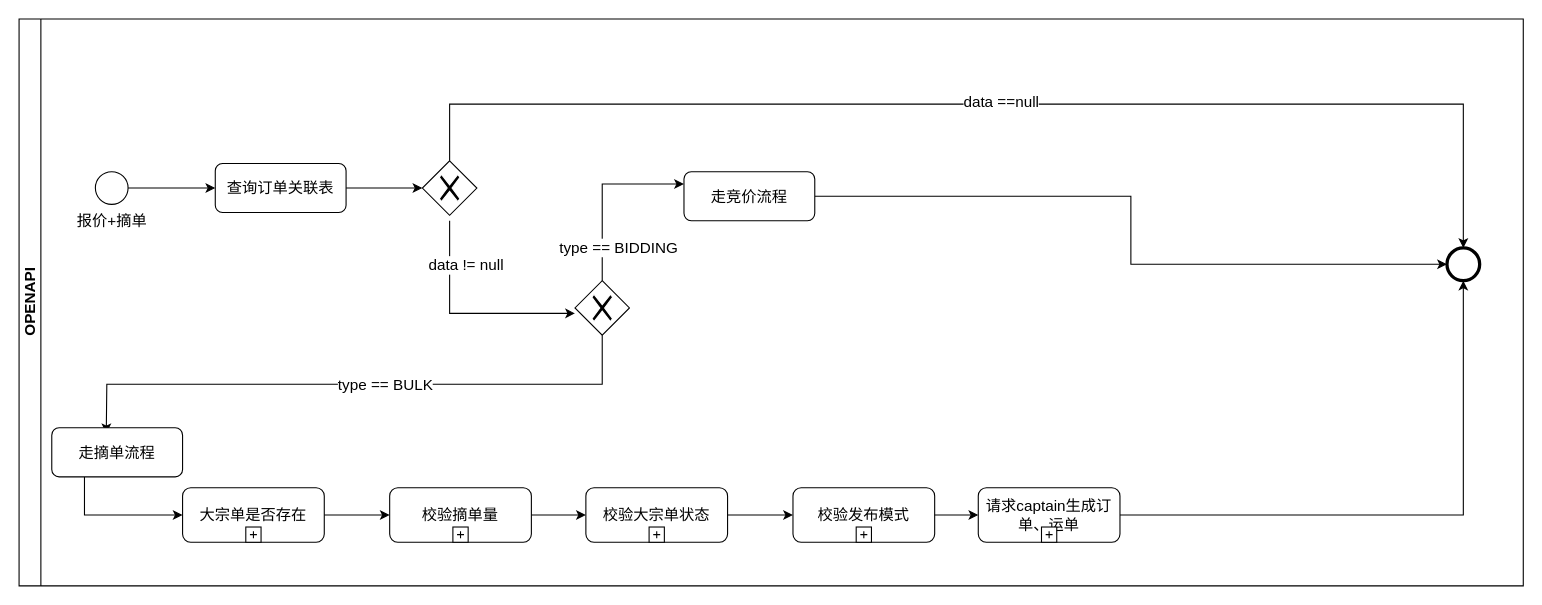
ELL97/gitTest keeps this draw.io diagram as page "Page-2" (2 of 6) of 货源sprint10.drawio. Above is the earlier version. Source tidied: cells renumbered, new cells numbered last; positions are measured from the earlier drawing's top-left corner, leaving out a move shared by most shapes. Both pictures are drawn from the tidied source at 109%, with x=0, y=0 at pixel (19, 19).
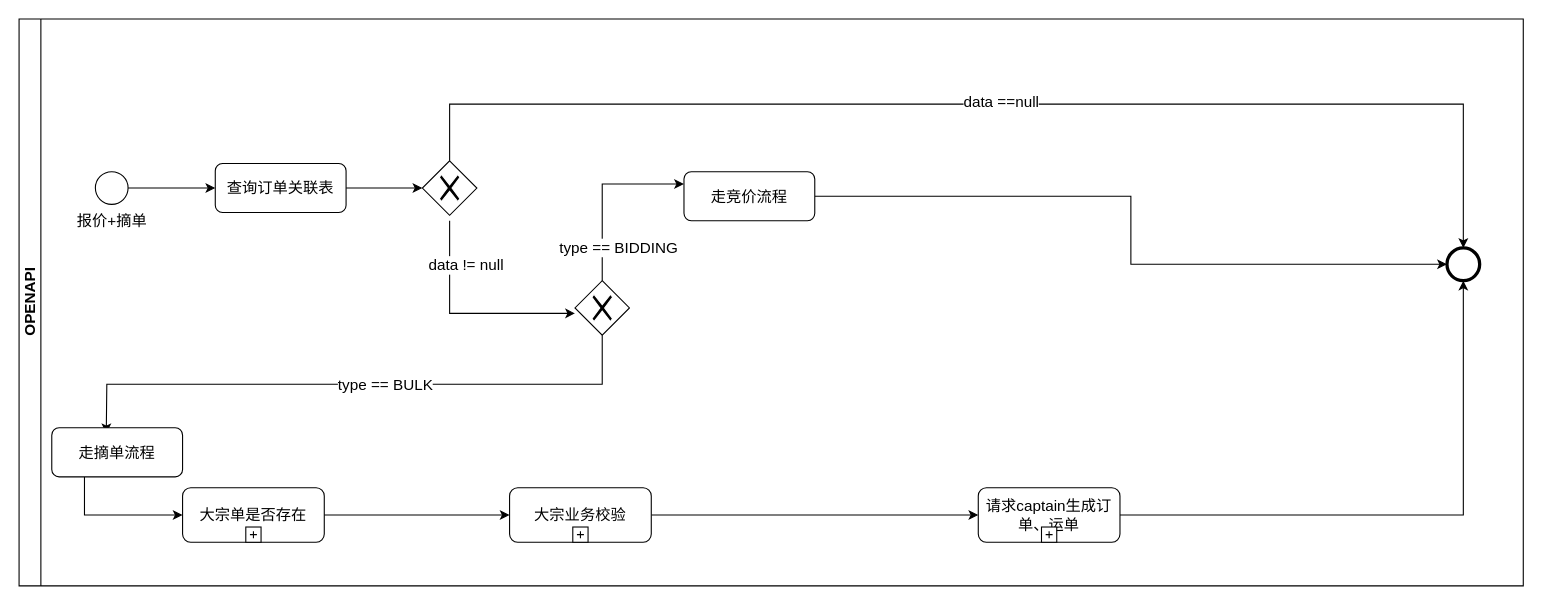
After the change.

Unchanged cells that the change refers to:
```xml
<mxCell id="2" value="OPENAPI" style="swimlane;html=1;horizontal=0;startSize=20;fontSize=14;" parent="1" vertex="1">
  <mxGeometry width="1380" height="520" as="geometry" />
</mxCell>
<mxCell id="15" value="大宗单是否存在" style="html=1;whiteSpace=wrap;rounded=1;fontSize=14;" parent="2" vertex="1">
  <mxGeometry x="150" y="430" width="130" height="50" as="geometry" />
</mxCell>
<mxCell id="32" value="请求captain生成订单、运单" style="html=1;whiteSpace=wrap;rounded=1;fontSize=14;" parent="2" vertex="1">
  <mxGeometry x="880" y="430" width="130" height="50" as="geometry" />
</mxCell>
```

The edit, as a diff of the source:
```diff
@@
-    <mxCell id="19" value="校验摘单量" style="html=1;whiteSpace=wrap;rounded=1;fontSize=14;" parent="2" vertex="1">
-      <mxGeometry x="340" y="430" width="130" height="50" as="geometry" />
-    </mxCell>
-    <mxCell id="20" style="html=1;shape=plus;" parent="19" vertex="1">
-      <mxGeometry x="0.5" y="1" width="14" height="14" relative="1" as="geometry">
-        <mxPoint x="-7" y="-14" as="offset" />
-      </mxGeometry>
-    </mxCell>
-    <mxCell id="21" style="edgeStyle=orthogonalEdgeStyle;rounded=0;jettySize=auto;html=1;fontSize=14;" parent="2" edge="1" source="15" target="19">
+    <mxCell id="21" style="edgeStyle=orthogonalEdgeStyle;rounded=0;jettySize=auto;html=1;fontSize=14;entryX=0;entryY=0.5;entryDx=0;entryDy=0;" parent="2" edge="1" source="15" target="37">
       <mxGeometry relative="1" as="geometry" />
     </mxCell>
-    <mxCell id="22" value="校验大宗单状态" style="html=1;whiteSpace=wrap;rounded=1;fontSize=14;" parent="2" vertex="1">
-      <mxGeometry x="520" y="430" width="130" height="50" as="geometry" />
-    </mxCell>
-    <mxCell id="23" style="html=1;shape=plus;" parent="22" vertex="1">
-      <mxGeometry x="0.5" y="1" width="14" height="14" relative="1" as="geometry">
-        <mxPoint x="-7" y="-14" as="offset" />
-      </mxGeometry>
-    </mxCell>
-    <mxCell id="24" style="edgeStyle=orthogonalEdgeStyle;rounded=0;jettySize=auto;html=1;fontSize=14;" parent="2" edge="1" source="19" target="22">
-      <mxGeometry relative="1" as="geometry" />
-    </mxCell>
@@
-    <mxCell id="29" value="校验发布模式" style="html=1;whiteSpace=wrap;rounded=1;fontSize=14;" parent="2" vertex="1">
-      <mxGeometry x="710" y="430" width="130" height="50" as="geometry" />
-    </mxCell>
-    <mxCell id="30" style="html=1;shape=plus;" parent="29" vertex="1">
-      <mxGeometry x="0.5" y="1" width="14" height="14" relative="1" as="geometry">
-        <mxPoint x="-7" y="-14" as="offset" />
-      </mxGeometry>
-    </mxCell>
-    <mxCell id="31" style="edgeStyle=orthogonalEdgeStyle;rounded=0;jettySize=auto;html=1;fontSize=14;" parent="2" edge="1" source="22" target="29">
-      <mxGeometry relative="1" as="geometry" />
-    </mxCell>
@@
-    <mxCell id="34" style="edgeStyle=orthogonalEdgeStyle;rounded=0;jettySize=auto;html=1;fontSize=14;" parent="2" edge="1" source="29" target="32">
-      <mxGeometry relative="1" as="geometry" />
-    </mxCell>
@@
+    <mxCell id="36" style="edgeStyle=orthogonalEdgeStyle;rounded=0;jettySize=auto;html=1;entryX=0;entryY=0.5;entryDx=0;entryDy=0;" parent="2" edge="1" source="37" target="32">
+      <mxGeometry relative="1" as="geometry" />
+    </mxCell>
+    <mxCell id="37" value="大宗业务校验" style="html=1;whiteSpace=wrap;rounded=1;fontSize=14;" parent="2" vertex="1">
+      <mxGeometry x="450" y="430" width="130" height="50" as="geometry" />
+    </mxCell>
+    <mxCell id="38" style="html=1;shape=plus;" parent="37" vertex="1">
+      <mxGeometry x="0.5" y="1" width="14" height="14" relative="1" as="geometry">
+        <mxPoint x="-7" y="-14" as="offset" />
+      </mxGeometry>
+    </mxCell>
```
